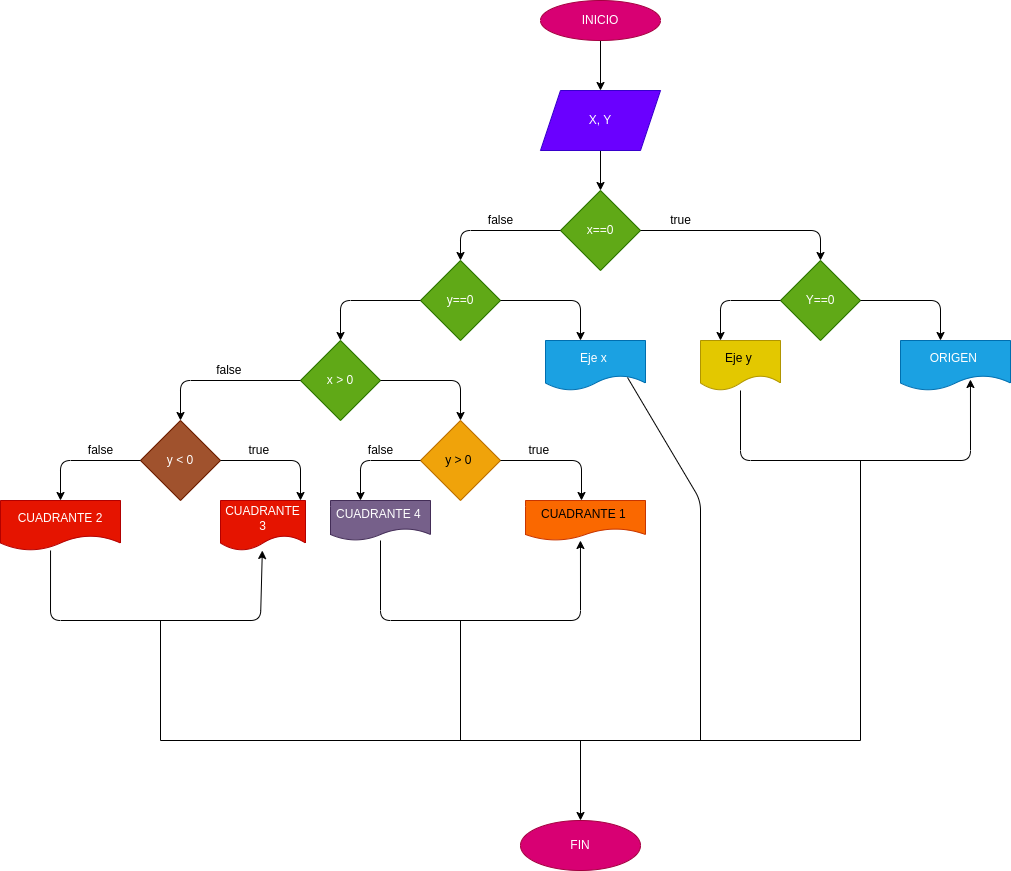
This is diagrama.png from lauraq5/taller_-condicionales, a draw.io export, as it was before one commit. Source tidied: cells renumbered, new cells last; positions are measured from the earlier drawing's top-left corner, leaving out a move shared by most shapes.
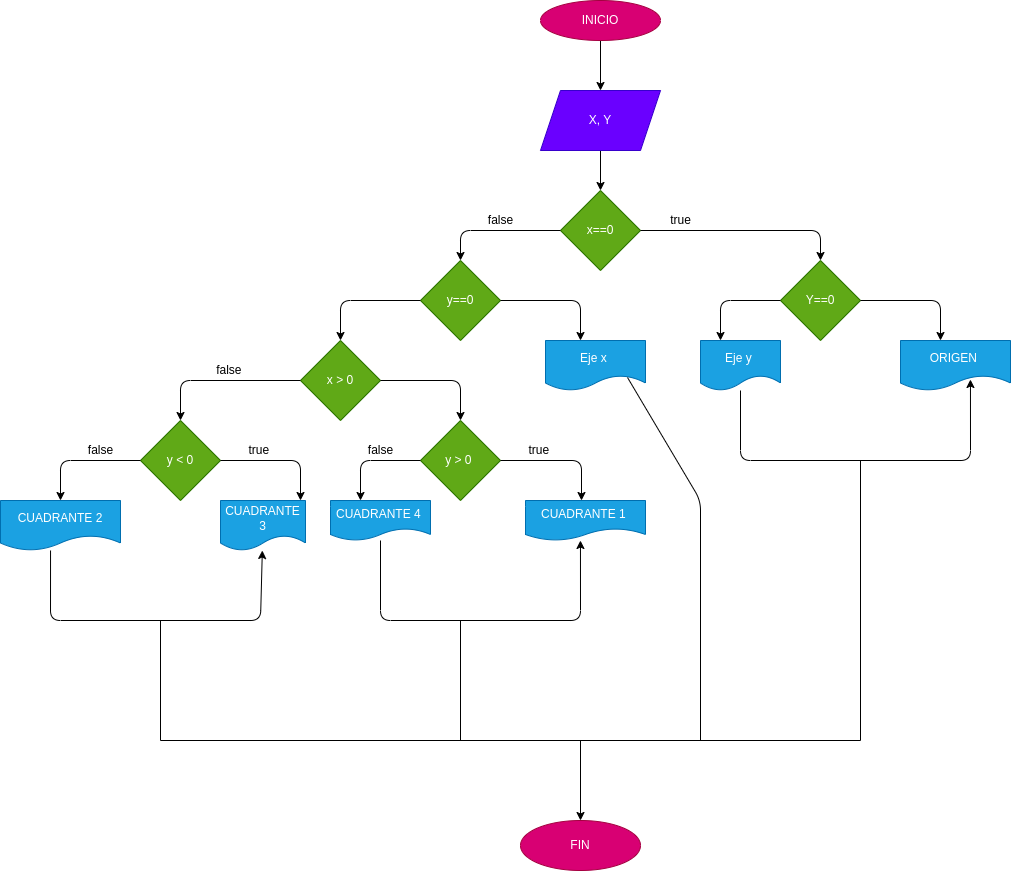
The same file after the commit.

Diff of the diagram source:
```diff
@@ -76,7 +76,7 @@
     <mxCell id="16" value="Eje x&amp;nbsp;" style="shape=document;whiteSpace=wrap;html=1;boundedLbl=1;fillColor=#1ba1e2;fontColor=#ffffff;strokeColor=#006EAF;" parent="1" vertex="1">
       <mxGeometry x="545" y="340" width="100" height="50" as="geometry" />
     </mxCell>
-    <mxCell id="17" value="y &amp;lt; 0" style="rhombus;whiteSpace=wrap;html=1;fillColor=#a0522d;fontColor=#ffffff;strokeColor=#6D1F00;" parent="1" vertex="1">
+    <mxCell id="17" value="y &amp;lt; 0" style="rhombus;whiteSpace=wrap;html=1;fillColor=#60a917;fontColor=#ffffff;strokeColor=#2D7600;" parent="1" vertex="1">
       <mxGeometry x="140" y="420" width="80" height="80" as="geometry" />
     </mxCell>
     <mxCell id="18" value="false&amp;nbsp;" style="text;html=1;align=center;verticalAlign=middle;strokeColor=none;fillColor=none;" parent="1" vertex="1">
@@ -106,10 +106,10 @@
         </Array>
       </mxGeometry>
     </mxCell>
-    <mxCell id="22" value="CUADRANTE 2" style="shape=document;whiteSpace=wrap;html=1;boundedLbl=1;fillColor=#e51400;fontColor=#ffffff;strokeColor=#B20000;" parent="1" vertex="1">
+    <mxCell id="22" value="CUADRANTE 2" style="shape=document;whiteSpace=wrap;html=1;boundedLbl=1;fillColor=#1ba1e2;fontColor=#ffffff;strokeColor=#006EAF;" parent="1" vertex="1">
       <mxGeometry y="500" width="120" height="50" as="geometry" />
     </mxCell>
-    <mxCell id="23" value="CUADRANTE 3" style="shape=document;whiteSpace=wrap;html=1;boundedLbl=1;fillColor=#e51400;strokeColor=#B20000;fontColor=#ffffff;" parent="1" vertex="1">
+    <mxCell id="23" value="CUADRANTE 3" style="shape=document;whiteSpace=wrap;html=1;boundedLbl=1;fillColor=#1ba1e2;strokeColor=#006EAF;fontColor=#ffffff;" parent="1" vertex="1">
       <mxGeometry x="220" y="500" width="85" height="50" as="geometry" />
     </mxCell>
     <mxCell id="24" value="false" style="text;html=1;align=center;verticalAlign=middle;strokeColor=none;fillColor=none;" parent="1" vertex="1">
@@ -118,7 +118,7 @@
     <mxCell id="25" value="true&amp;nbsp;" style="text;html=1;align=center;verticalAlign=middle;strokeColor=none;fillColor=none;" parent="1" vertex="1">
       <mxGeometry x="235" y="435" width="50" height="30" as="geometry" />
     </mxCell>
-    <mxCell id="26" value="y &amp;gt; 0&amp;nbsp;" style="rhombus;whiteSpace=wrap;html=1;fillColor=#f0a30a;fontColor=#000000;strokeColor=#BD7000;" parent="1" vertex="1">
+    <mxCell id="26" value="y &amp;gt; 0&amp;nbsp;" style="rhombus;whiteSpace=wrap;html=1;fillColor=#60a917;fontColor=#ffffff;strokeColor=#2D7600;" parent="1" vertex="1">
       <mxGeometry x="420" y="420" width="80" height="80" as="geometry" />
     </mxCell>
     <mxCell id="27" style="endArrow=classic;html=1;exitX=1;exitY=0.5;exitDx=0;exitDy=0;" parent="1" edge="1" source="26">
@@ -137,7 +137,7 @@
         </Array>
       </mxGeometry>
     </mxCell>
-    <mxCell id="29" value="CUADRANTE 4&amp;nbsp;" style="shape=document;whiteSpace=wrap;html=1;boundedLbl=1;fillColor=#76608a;fontColor=#ffffff;strokeColor=#432D57;" parent="1" vertex="1">
+    <mxCell id="29" value="CUADRANTE 4&amp;nbsp;" style="shape=document;whiteSpace=wrap;html=1;boundedLbl=1;fillColor=#1ba1e2;fontColor=#ffffff;strokeColor=#006EAF;" parent="1" vertex="1">
       <mxGeometry x="330" y="500" width="100" height="40" as="geometry" />
     </mxCell>
     <mxCell id="30" value="false" style="text;html=1;align=center;verticalAlign=middle;strokeColor=none;fillColor=none;" parent="1" vertex="1">
@@ -146,7 +146,7 @@
     <mxCell id="31" value="true&amp;nbsp;" style="text;html=1;align=center;verticalAlign=middle;strokeColor=none;fillColor=none;" parent="1" vertex="1">
       <mxGeometry x="515" y="435" width="50" height="30" as="geometry" />
     </mxCell>
-    <mxCell id="32" value="CUADRANTE 1&amp;nbsp;" style="shape=document;whiteSpace=wrap;html=1;boundedLbl=1;fillColor=#fa6800;fontColor=#000000;strokeColor=#C73500;" parent="1" vertex="1">
+    <mxCell id="32" value="CUADRANTE 1&amp;nbsp;" style="shape=document;whiteSpace=wrap;html=1;boundedLbl=1;fillColor=#1ba1e2;fontColor=#ffffff;strokeColor=#006EAF;" parent="1" vertex="1">
       <mxGeometry x="525" y="500" width="120" height="40" as="geometry" />
     </mxCell>
     <mxCell id="33" style="endArrow=classic;html=1;entryX=0.458;entryY=1;entryDx=0;entryDy=0;entryPerimeter=0;" parent="1" edge="1" target="32">
@@ -185,7 +185,7 @@
         </Array>
       </mxGeometry>
     </mxCell>
-    <mxCell id="38" value="Eje y&amp;nbsp;" style="shape=document;whiteSpace=wrap;html=1;boundedLbl=1;fillColor=#e3c800;fontColor=#000000;strokeColor=#B09500;" parent="1" vertex="1">
+    <mxCell id="38" value="Eje y&amp;nbsp;" style="shape=document;whiteSpace=wrap;html=1;boundedLbl=1;fillColor=#1ba1e2;fontColor=#ffffff;strokeColor=#006EAF;" parent="1" vertex="1">
       <mxGeometry x="700" y="340" width="80" height="50" as="geometry" />
     </mxCell>
     <mxCell id="39" value="ORIGEN&amp;nbsp;" style="shape=document;whiteSpace=wrap;html=1;boundedLbl=1;fillColor=#1ba1e2;fontColor=#ffffff;strokeColor=#006EAF;" parent="1" vertex="1">
```
